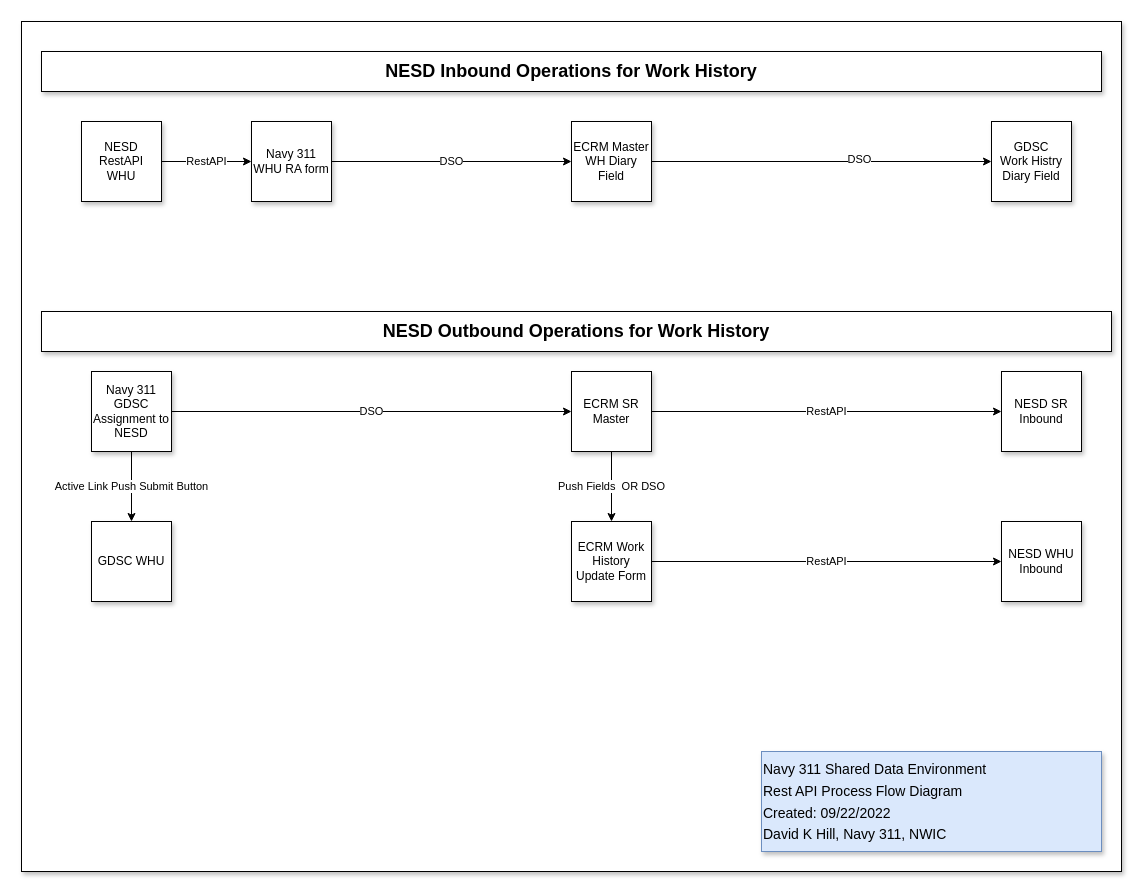
dkhill/navy311 keeps this draw.io diagram as Untitled Diagram.drawio. Above is the earlier version. Source tidied: cells renumbered, new cells numbered last; positions are measured from the earlier drawing's top-left corner, leaving out a move shared by most shapes. Both pictures are drawn from the tidied source at 100%, with x=0, y=0 at pixel (21, 21).
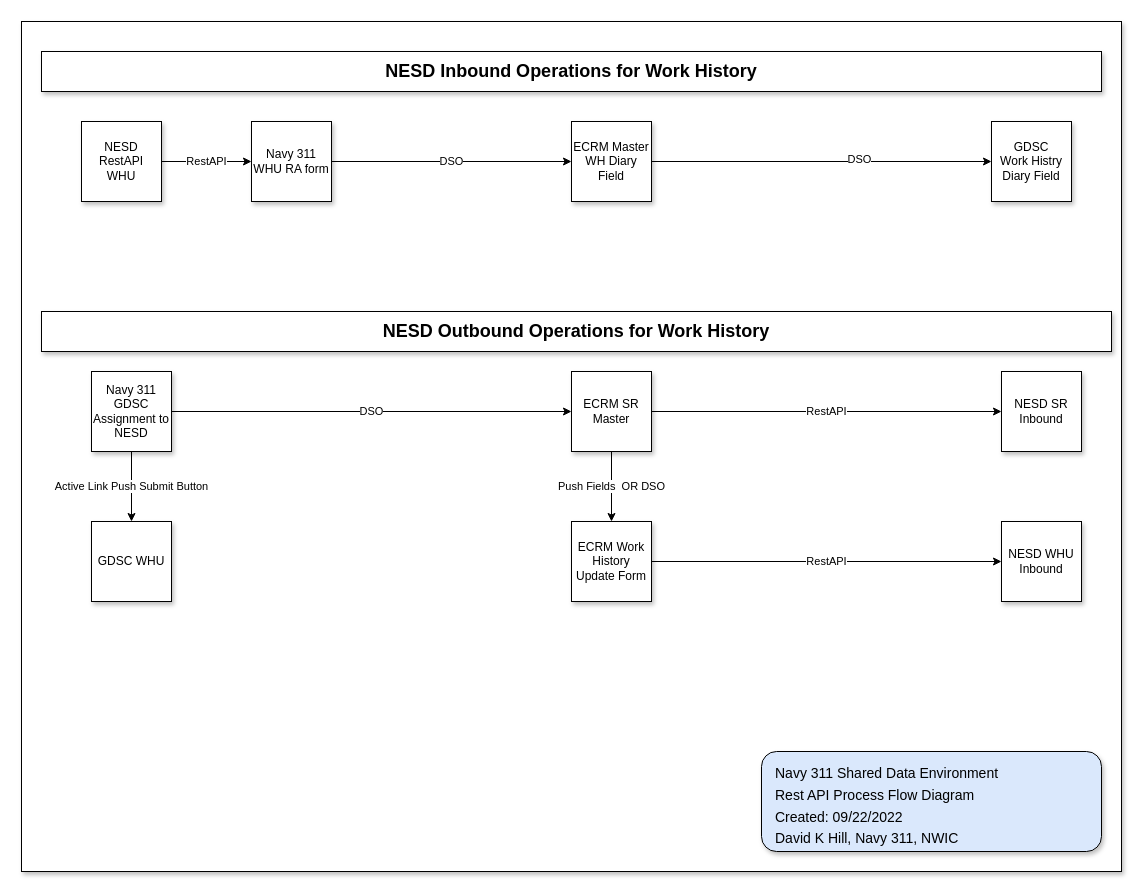
The same diagram, later.

Commit message:
Adjusted border color on Title bock

Diff of the diagram source:
```diff
@@
-    <mxCell id="24" value="&lt;font style=&quot;font-size: 14px;&quot;&gt;Navy 311 Shared Data Environment&lt;br&gt;Rest API Process Flow Diagram&lt;br&gt;Created: 09/22/2022&lt;br&gt;David K Hill, Navy 311, NWIC&lt;/font&gt;" style="rounded=0;whiteSpace=wrap;html=1;fontSize=18;fillColor=#dae8fc;strokeColor=#6c8ebf;shadow=1;align=left;" parent="1" vertex="1">
+    <mxCell id="24" value="&lt;font style=&quot;font-size: 14px;&quot;&gt;Navy 311 Shared Data Environment&lt;br&gt;Rest API Process Flow Diagram&lt;br&gt;Created: 09/22/2022&lt;br&gt;David K Hill, Navy 311, NWIC&lt;/font&gt;" style="rounded=1;whiteSpace=wrap;html=1;fontSize=18;fillColor=#dae8fc;strokeColor=#000000;shadow=1;align=left;spacingTop=7;spacingLeft=12;labelBorderColor=none;" parent="1" vertex="1">
       <mxGeometry x="740" y="730" width="340" height="100" as="geometry" />
     </mxCell>
```
